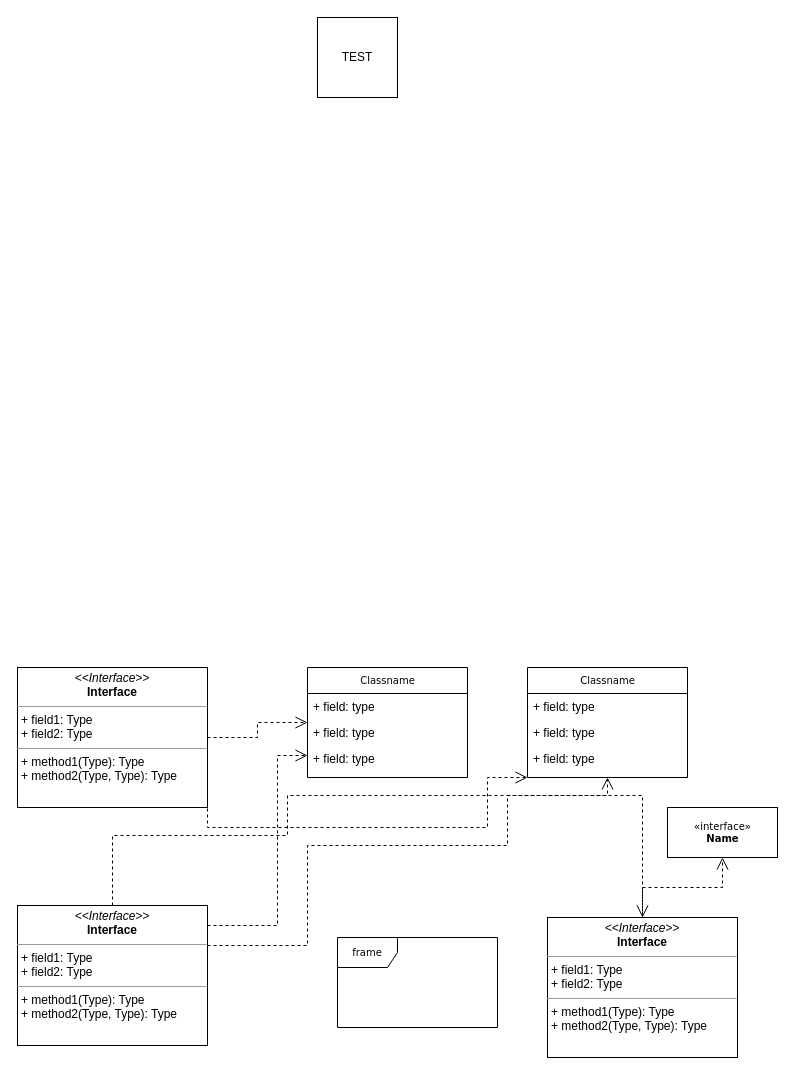
Above: Диаграмма без названия.drawio in mobelus/WebProjects (draw.io), before the change. Source tidied: cells renumbered, new cells numbered last; positions are measured from the earlier drawing's top-left corner, leaving out a move shared by most shapes. Both pictures are drawn from the tidied source at 100%, with x=0, y=0 at pixel (17, 17).
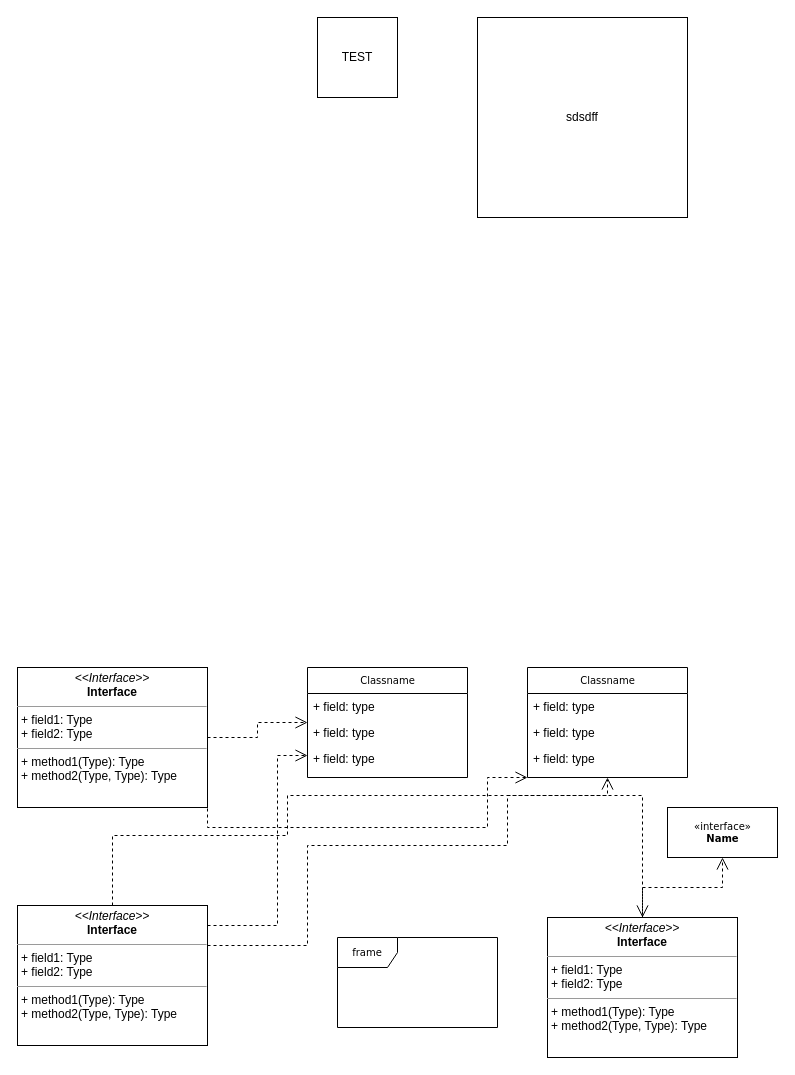
After the change.

The edit, as a diff of the source:
```diff
@@
+    <mxCell id="22" value="sdsdff" style="rounded=0;whiteSpace=wrap;html=1;" parent="1" vertex="1">
+      <mxGeometry x="460" width="210" height="200" as="geometry" />
+    </mxCell>
```
